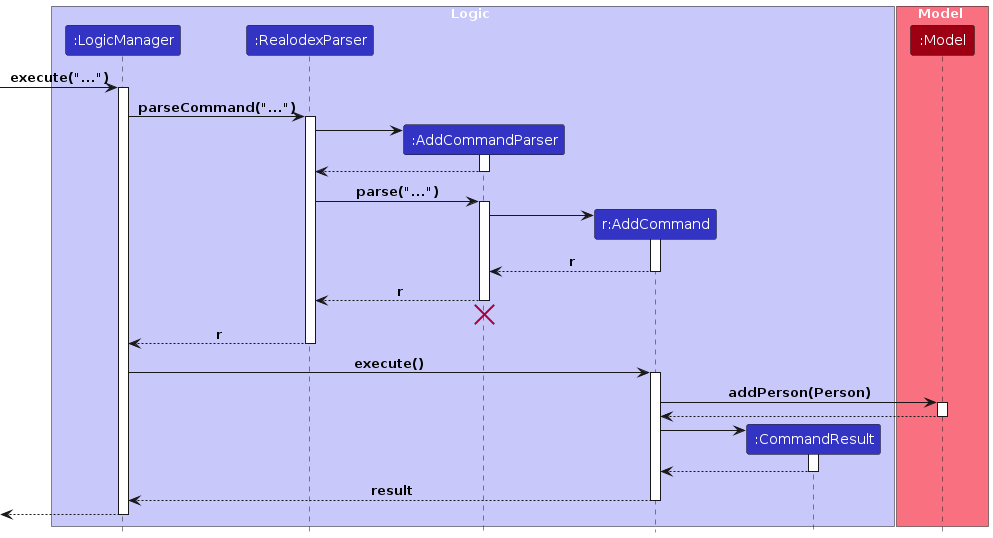
The PlantUML diagram diagrams/add/AddCommandSequenceDiagram.png in AY2324S2-CS2103T-W10-1/tp, before a commit. Its source is kept beside it as diagrams/add/AddCommandSequenceDiagram.puml.
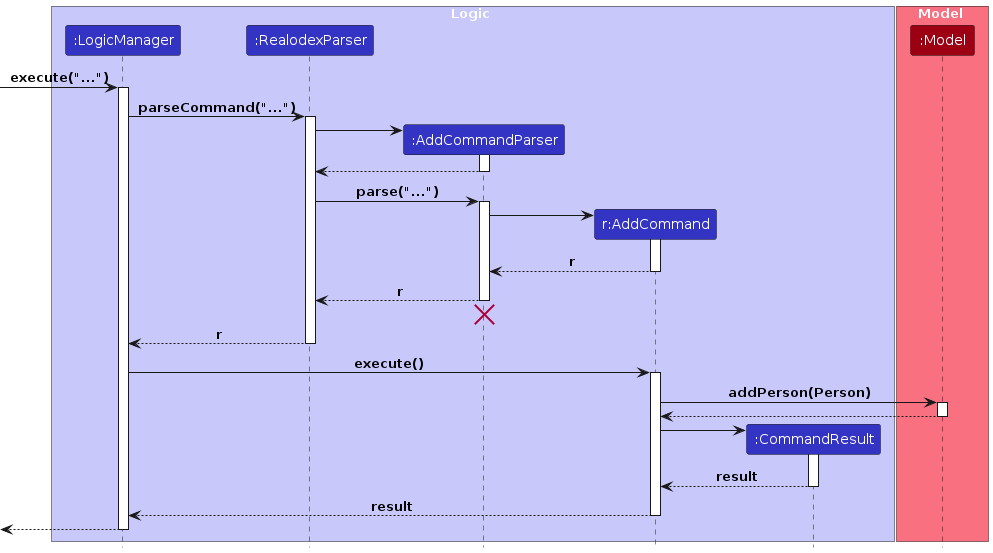
The same diagram one commit later.

The edit, as a diff of the source:
```diff
@@ -58,7 +58,7 @@
 AddCommand -> CommandResult
 activate CommandResult
 
-CommandResult --> AddCommand
+CommandResult --> AddCommand : result
 deactivate CommandResult
 
 AddCommand --> LogicManager : result
```
